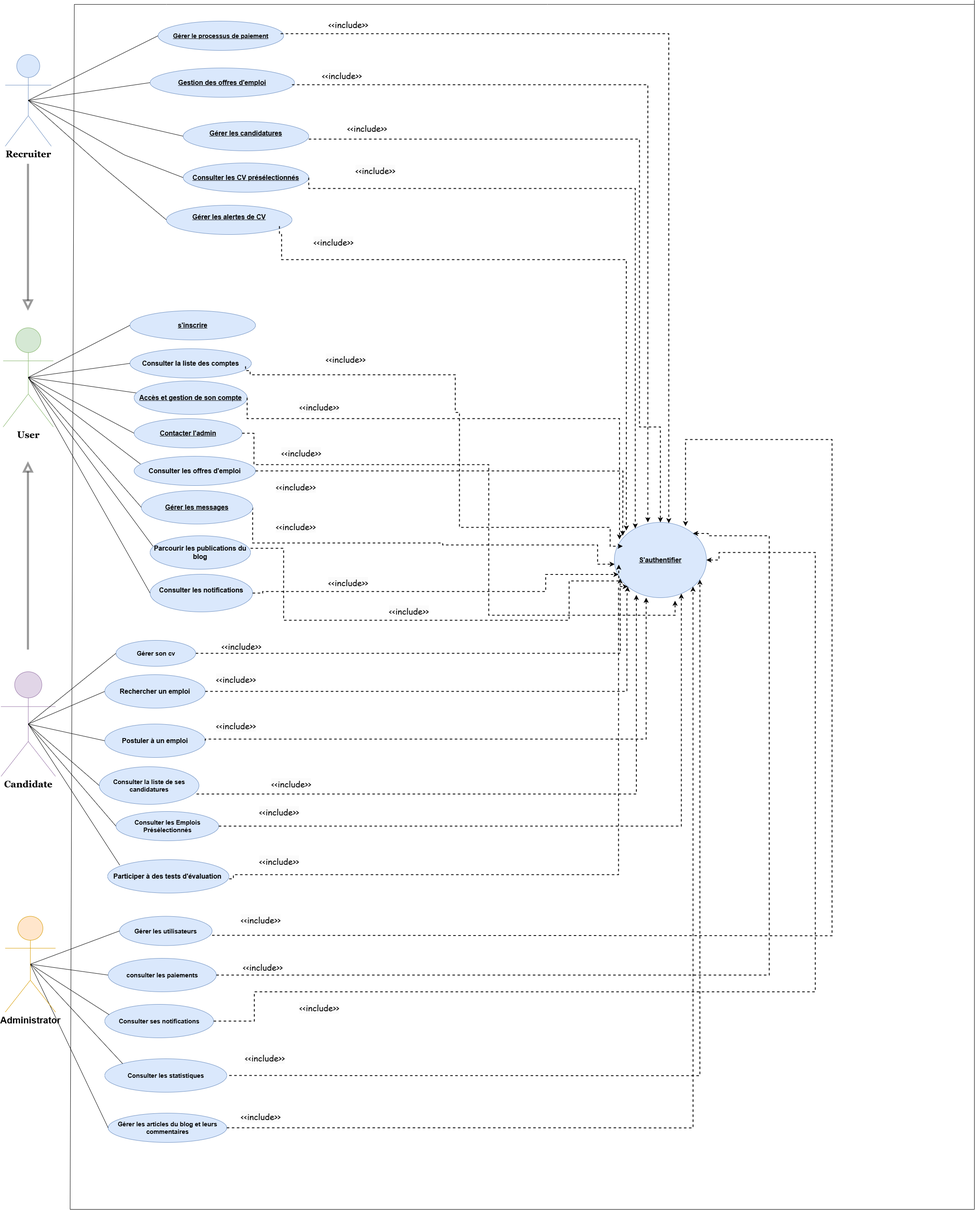
Before: Diagramme cas d'utilisation.drawio.png, a diagram exported from draw.io (chirine1/-project). Source tidied: cells renumbered, new cells last; positions are measured from the earlier drawing's top-left corner, leaving out a move shared by most shapes.
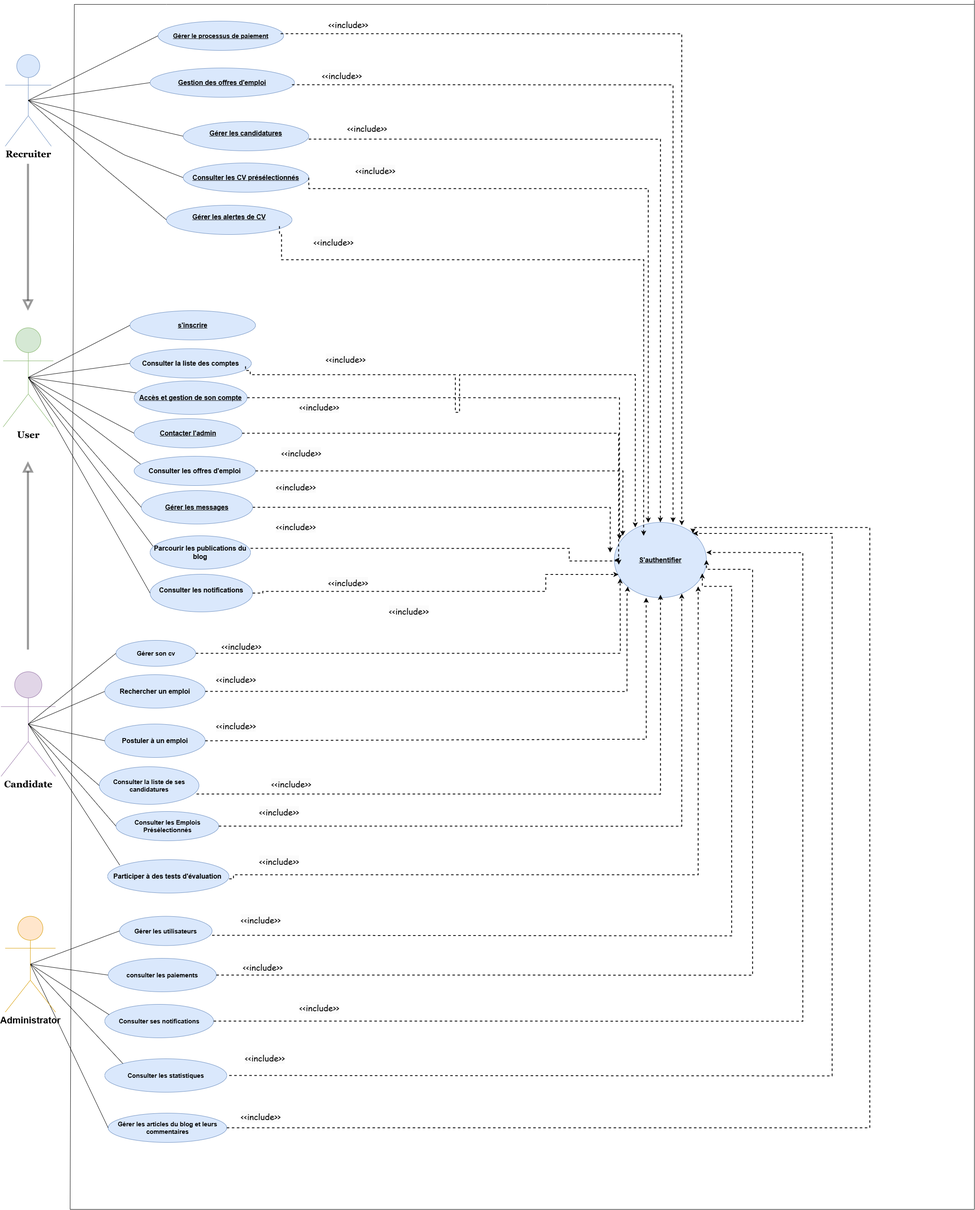
Later version of the same file.

Commit message:
Mettre à jour Diagramme cas d'utilisation.drawio.png

The edit, as a diff of the source:
```diff
@@ -27,13 +27,11 @@
     <mxCell id="6" value="&lt;b style=&quot;font-size: 16px; text-decoration-line: underline;&quot;&gt;Contacter l'admin&lt;/b&gt;" style="ellipse;whiteSpace=wrap;html=1;fillColor=#dae8fc;strokeColor=#6c8ebf;" parent="1" vertex="1">
       <mxGeometry x="317.9" y="1000" width="258" height="70" as="geometry" />
     </mxCell>
-    <mxCell id="7" style="edgeStyle=orthogonalEdgeStyle;rounded=0;jettySize=auto;html=1;dashed=1;exitX=1;exitY=0.5;exitDx=0;exitDy=0;strokeWidth=2;" parent="1" edge="1" source="8" target="17">
+    <mxCell id="7" style="edgeStyle=orthogonalEdgeStyle;rounded=0;jettySize=auto;html=1;dashed=1;exitX=1;exitY=0.5;exitDx=0;exitDy=0;strokeWidth=2;" parent="1" edge="1" source="8">
       <mxGeometry relative="1" as="geometry">
+        <mxPoint x="1455" y="1320" as="targetPoint" />
         <Array as="points">
-          <mxPoint x="1055" y="1297" />
-          <mxPoint x="1055" y="1302" />
-          <mxPoint x="1425" y="1302" />
-          <mxPoint x="1425" y="1348" />
+          <mxPoint x="1455" y="1212" />
         </Array>
       </mxGeometry>
     </mxCell>
@@ -89,7 +87,7 @@
     <mxCell id="20" style="edgeStyle=orthogonalEdgeStyle;rounded=0;jettySize=auto;html=1;exitX=1;exitY=0.5;exitDx=0;exitDy=0;dashed=1;entryX=0.732;entryY=0.946;entryDx=0;entryDy=0;entryPerimeter=0;strokeWidth=2;" parent="1" edge="1" source="15" target="17">
       <mxGeometry relative="1" as="geometry">
         <Array as="points">
-          <mxPoint x="1625" y="1974" />
+          <mxPoint x="1626" y="1974" />
         </Array>
       </mxGeometry>
     </mxCell>
@@ -144,8 +142,14 @@
     <mxCell id="36" value="&lt;div&gt;&lt;span style=&quot;font-size: 16px;&quot;&gt;&lt;b&gt;Consulter les notifications&lt;/b&gt;&lt;/span&gt;&lt;/div&gt;&lt;div&gt;&lt;br&gt;&lt;/div&gt;" style="ellipse;whiteSpace=wrap;html=1;fillColor=#dae8fc;strokeColor=#6c8ebf;" parent="1" vertex="1">
       <mxGeometry x="356" y="1372" width="245" height="90" as="geometry" />
     </mxCell>
-    <mxCell id="37" style="edgeStyle=orthogonalEdgeStyle;rounded=0;jettySize=auto;html=1;exitX=0.976;exitY=0.724;exitDx=0;exitDy=0;entryX=0.239;entryY=0.963;entryDx=0;entryDy=0;entryPerimeter=0;dashed=1;exitPerimeter=0;strokeWidth=2;" parent="1" edge="1" source="9" target="17">
-      <mxGeometry relative="1" as="geometry" />
+    <mxCell id="37" style="edgeStyle=orthogonalEdgeStyle;rounded=0;jettySize=auto;html=1;exitX=0.976;exitY=0.724;exitDx=0;exitDy=0;dashed=1;exitPerimeter=0;strokeWidth=2;" parent="1" edge="1" source="9">
+      <mxGeometry relative="1" as="geometry">
+        <mxPoint x="1575" y="1421" as="targetPoint" />
+        <Array as="points">
+          <mxPoint x="1575" y="1897" />
+          <mxPoint x="1575" y="1421" />
+        </Array>
+      </mxGeometry>
     </mxCell>
     <mxCell id="38" value="&lt;span style=&quot;font-size: 16px;&quot;&gt;&lt;b&gt;Consulter les offres d'emploi&lt;/b&gt;&lt;/span&gt;" style="ellipse;whiteSpace=wrap;html=1;fillColor=#dae8fc;strokeColor=#6c8ebf;" parent="1" vertex="1">
       <mxGeometry x="317.9" y="1090" width="290" height="70" as="geometry" />
@@ -254,9 +258,13 @@
         <mxPoint x="64.2" y="1102" as="targetPoint" />
       </mxGeometry>
     </mxCell>
-    <mxCell id="66" style="edgeStyle=orthogonalEdgeStyle;rounded=0;jettySize=auto;html=1;dashed=1;entryX=0.929;entryY=0.761;entryDx=0;entryDy=0;entryPerimeter=0;strokeWidth=2;" parent="1" edge="1" target="17">
+    <mxCell id="66" style="edgeStyle=orthogonalEdgeStyle;rounded=0;jettySize=auto;html=1;dashed=1;strokeWidth=2;entryX=1;entryY=0;entryDx=0;entryDy=0;" parent="1" edge="1" target="17">
       <mxGeometry relative="1" as="geometry">
         <mxPoint x="545" y="2570" as="sourcePoint" />
+        <Array as="points">
+          <mxPoint x="1985" y="2571" />
+          <mxPoint x="1985" y="1274" />
+        </Array>
       </mxGeometry>
     </mxCell>
     <mxCell id="67" value="&#10;&lt;span style=&quot;color: rgb(0, 0, 0); font-family: &amp;quot;Comic Sans MS&amp;quot;; font-size: 20px; font-style: normal; font-variant-ligatures: normal; font-variant-caps: normal; font-weight: 400; letter-spacing: normal; orphans: 2; text-align: center; text-indent: 0px; text-transform: none; widows: 2; word-spacing: 0px; -webkit-text-stroke-width: 0px; background-color: rgb(251, 251, 251); text-decoration-thickness: initial; text-decoration-style: initial; text-decoration-color: initial; float: none; display: inline !important;&quot;&gt;&amp;lt;&amp;lt;include&amp;gt;&amp;gt;&lt;/span&gt;&#10;&#10;" style="text;whiteSpace=wrap;html=1;" parent="1" vertex="1">
@@ -293,14 +301,15 @@
     <mxCell id="76" style="endArrow=none;html=1;rounded=0;entryX=0;entryY=0.5;entryDx=0;entryDy=0;exitX=0.5;exitY=0.5;exitDx=0;exitDy=0;exitPerimeter=0;" parent="1" edge="1" source="23" target="9">
       <mxGeometry relative="1" as="geometry" />
     </mxCell>
-    <mxCell id="77" style="edgeStyle=orthogonalEdgeStyle;rounded=0;jettySize=auto;html=1;dashed=1;entryX=0;entryY=1;entryDx=0;entryDy=0;strokeWidth=2;" parent="1" edge="1" target="17">
+    <mxCell id="77" style="edgeStyle=orthogonalEdgeStyle;rounded=0;orthogonalLoop=1;jettySize=auto;html=1;dashed=1;strokeWidth=2;" parent="1" edge="1">
       <mxGeometry relative="1" as="geometry">
         <mxPoint x="545" y="2100" as="sourcePoint" />
+        <mxPoint x="1665" y="1402" as="targetPoint" />
         <Array as="points">
           <mxPoint x="555" y="2100" />
           <mxPoint x="555" y="2090" />
-          <mxPoint x="1475" y="2090" />
-          <mxPoint x="1475" y="1402" />
+          <mxPoint x="1665" y="2090" />
+          <mxPoint x="1665" y="1401" />
         </Array>
       </mxGeometry>
     </mxCell>
@@ -309,10 +318,9 @@
         <mxPoint x="596" y="1310" as="sourcePoint" />
         <mxPoint x="1475.6" y="1349" as="targetPoint" />
         <Array as="points">
-          <mxPoint x="675" y="1482" />
-          <mxPoint x="1357" y="1482" />
-          <mxPoint x="1357" y="1388" />
-          <mxPoint x="1476" y="1388" />
+          <mxPoint x="1357" y="1310" />
+          <mxPoint x="1357" y="1340" />
+          <mxPoint x="1476" y="1340" />
         </Array>
       </mxGeometry>
     </mxCell>
@@ -337,8 +345,14 @@
     <mxCell id="85" value="&#10;&lt;span style=&quot;color: rgb(0, 0, 0); font-family: &amp;quot;Comic Sans MS&amp;quot;; font-size: 20px; font-style: normal; font-variant-ligatures: normal; font-variant-caps: normal; font-weight: 400; letter-spacing: normal; orphans: 2; text-align: center; text-indent: 0px; text-transform: none; widows: 2; word-spacing: 0px; -webkit-text-stroke-width: 0px; background-color: rgb(251, 251, 251); text-decoration-thickness: initial; text-decoration-style: initial; text-decoration-color: initial; float: none; display: inline !important;&quot;&gt;&amp;lt;&amp;lt;include&amp;gt;&amp;gt;&lt;/span&gt;&#10;&#10;" style="text;whiteSpace=wrap;html=1;" parent="1" vertex="1">
       <mxGeometry x="668" y="1050" width="130" height="50" as="geometry" />
     </mxCell>
-    <mxCell id="86" style="edgeStyle=orthogonalEdgeStyle;rounded=0;jettySize=auto;html=1;entryX=1;entryY=1;entryDx=0;entryDy=0;dashed=1;exitX=1;exitY=0.5;exitDx=0;exitDy=0;strokeWidth=2;" parent="1" edge="1" source="83" target="17">
-      <mxGeometry relative="1" as="geometry" />
+    <mxCell id="86" style="edgeStyle=orthogonalEdgeStyle;rounded=0;jettySize=auto;html=1;entryX=1;entryY=0;entryDx=0;entryDy=0;dashed=1;exitX=1;exitY=0.5;exitDx=0;exitDy=0;strokeWidth=2;" parent="1" edge="1" source="83" target="17">
+      <mxGeometry relative="1" as="geometry">
+        <Array as="points">
+          <mxPoint x="2075" y="2695" />
+          <mxPoint x="2075" y="1260" />
+          <mxPoint x="1653" y="1260" />
+        </Array>
+      </mxGeometry>
     </mxCell>
     <mxCell id="87" value="&lt;span style=&quot;font-size: 15px;&quot;&gt;&lt;b&gt;Consulter ses notifications&lt;/b&gt;&lt;/span&gt;" style="ellipse;whiteSpace=wrap;html=1;align=center;fillColor=#dae8fc;strokeColor=#6c8ebf;" parent="1" vertex="1">
       <mxGeometry x="247.8" y="2400" width="260" height="80" as="geometry" />
@@ -363,20 +377,21 @@
         <mxPoint x="75" y="912" as="sourcePoint" />
       </mxGeometry>
     </mxCell>
-    <mxCell id="94" style="edgeStyle=orthogonalEdgeStyle;rounded=0;jettySize=auto;html=1;dashed=1;entryX=0.591;entryY=0.011;entryDx=0;entryDy=0;entryPerimeter=0;exitX=0.633;exitY=1;exitDx=0;exitDy=0;exitPerimeter=0;strokeWidth=2;" parent="1" edge="1" target="17">
+    <mxCell id="94" style="edgeStyle=orthogonalEdgeStyle;rounded=0;jettySize=auto;html=1;dashed=1;entryX=0.732;entryY=0.039;entryDx=0;entryDy=0;entryPerimeter=0;exitX=0.633;exitY=1;exitDx=0;exitDy=0;exitPerimeter=0;strokeWidth=2;" parent="1" edge="1" target="17">
       <mxGeometry relative="1" as="geometry">
         <mxPoint x="668" y="80" as="sourcePoint" />
         <Array as="points">
-          <mxPoint x="1595" y="80" />
+          <mxPoint x="1626" y="80" />
         </Array>
       </mxGeometry>
     </mxCell>
     <mxCell id="95" style="edgeStyle=orthogonalEdgeStyle;rounded=0;orthogonalLoop=1;jettySize=auto;html=1;dashed=1;strokeWidth=2;" parent="1" edge="1">
       <mxGeometry relative="1" as="geometry">
         <mxPoint x="695" y="202" as="sourcePoint" />
-        <mxPoint x="1545" y="1248" as="targetPoint" />
+        <mxPoint x="1605" y="1248" as="targetPoint" />
         <Array as="points">
-          <mxPoint x="1545" y="202" />
+          <mxPoint x="1605" y="202" />
+          <mxPoint x="1605" y="1248" />
         </Array>
       </mxGeometry>
     </mxCell>
@@ -384,36 +399,33 @@
       <mxGeometry relative="1" as="geometry">
         <mxPoint x="735" y="332" as="sourcePoint" />
         <Array as="points">
-          <mxPoint x="1525" y="332" />
-          <mxPoint x="1525" y="1020" />
-          <mxPoint x="1575" y="1020" />
+          <mxPoint x="1575" y="332" />
         </Array>
       </mxGeometry>
     </mxCell>
-    <mxCell id="97" style="edgeStyle=orthogonalEdgeStyle;rounded=0;jettySize=auto;html=1;dashed=1;exitX=1;exitY=0.5;exitDx=0;exitDy=0;strokeWidth=2;" parent="1" edge="1" source="34" target="17">
+    <mxCell id="97" style="edgeStyle=orthogonalEdgeStyle;rounded=0;jettySize=auto;html=1;dashed=1;exitX=1;exitY=0.5;exitDx=0;exitDy=0;strokeWidth=2;entryX=0.368;entryY=0.003;entryDx=0;entryDy=0;entryPerimeter=0;" parent="1" edge="1" source="34" target="17">
       <mxGeometry relative="1" as="geometry">
         <Array as="points">
           <mxPoint x="735" y="450" />
-          <mxPoint x="1515" y="450" />
+          <mxPoint x="1546" y="450" />
         </Array>
       </mxGeometry>
     </mxCell>
-    <mxCell id="98" style="edgeStyle=orthogonalEdgeStyle;rounded=0;orthogonalLoop=1;jettySize=auto;html=1;dashed=1;entryX=0.244;entryY=0.05;entryDx=0;entryDy=0;entryPerimeter=0;strokeWidth=2;" parent="1" edge="1">
+    <mxCell id="98" style="edgeStyle=orthogonalEdgeStyle;rounded=0;jettySize=auto;html=1;dashed=1;entryX=0.318;entryY=0.178;entryDx=0;entryDy=0;entryPerimeter=0;strokeWidth=2;" parent="1" edge="1" target="17">
       <mxGeometry relative="1" as="geometry">
         <mxPoint x="665" y="540" as="sourcePoint" />
-        <mxPoint x="1493.7" y="1267.5" as="targetPoint" />
         <Array as="points">
           <mxPoint x="665" y="560" />
           <mxPoint x="670" y="560" />
           <mxPoint x="670" y="620" />
-          <mxPoint x="1494" y="620" />
+          <mxPoint x="1535" y="620" />
         </Array>
       </mxGeometry>
     </mxCell>
     <mxCell id="99" style="edgeStyle=orthogonalEdgeStyle;rounded=0;orthogonalLoop=1;jettySize=auto;html=1;dashed=1;strokeWidth=2;" parent="1" edge="1">
       <mxGeometry relative="1" as="geometry">
         <mxPoint x="584" y="874.9" as="sourcePoint" />
-        <mxPoint x="1485" y="1305" as="targetPoint" />
+        <mxPoint x="1515" y="1260" as="targetPoint" />
         <Array as="points">
           <mxPoint x="584" y="885" />
           <mxPoint x="595" y="885" />
@@ -421,28 +433,23 @@
           <mxPoint x="1085" y="895" />
           <mxPoint x="1085" y="985" />
           <mxPoint x="1095" y="985" />
-          <mxPoint x="1095" y="1260" />
-          <mxPoint x="1455" y="1260" />
-          <mxPoint x="1455" y="1305" />
+          <mxPoint x="1095" y="895" />
+          <mxPoint x="1515" y="895" />
         </Array>
       </mxGeometry>
     </mxCell>
     <mxCell id="100" style="edgeStyle=orthogonalEdgeStyle;rounded=0;jettySize=auto;html=1;dashed=1;entryX=0.056;entryY=0.227;entryDx=0;entryDy=0;exitX=1;exitY=0.5;exitDx=0;exitDy=0;strokeWidth=2;entryPerimeter=0;" parent="1" edge="1" source="81" target="17">
       <mxGeometry relative="1" as="geometry">
         <Array as="points">
-          <mxPoint x="588" y="1000" />
-          <mxPoint x="1477" y="1000" />
+          <mxPoint x="1477" y="950" />
         </Array>
       </mxGeometry>
     </mxCell>
-    <mxCell id="101" style="edgeStyle=orthogonalEdgeStyle;rounded=0;jettySize=auto;html=1;dashed=1;exitX=1;exitY=0.5;exitDx=0;exitDy=0;entryX=0.659;entryY=1.04;entryDx=0;entryDy=0;entryPerimeter=0;strokeWidth=2;" parent="1" edge="1" source="6" target="17">
+    <mxCell id="101" style="edgeStyle=orthogonalEdgeStyle;rounded=0;jettySize=auto;html=1;dashed=1;exitX=1;exitY=0.5;exitDx=0;exitDy=0;entryX=0;entryY=0.5;entryDx=0;entryDy=0;strokeWidth=2;" parent="1" edge="1" source="6" target="17">
       <mxGeometry relative="1" as="geometry">
         <Array as="points">
-          <mxPoint x="604" y="1035" />
-          <mxPoint x="604" y="1110" />
-          <mxPoint x="1165" y="1110" />
-          <mxPoint x="1165" y="1470" />
-          <mxPoint x="1610" y="1470" />
+          <mxPoint x="1475" y="1035" />
+          <mxPoint x="1475" y="1338" />
         </Array>
       </mxGeometry>
     </mxCell>
@@ -457,35 +464,31 @@
     <mxCell id="104" value="&lt;span style=&quot;color: rgb(0, 0, 0); font-family: &amp;quot;Comic Sans MS&amp;quot;; font-size: 20px; font-style: normal; font-variant-ligatures: normal; font-variant-caps: normal; font-weight: 400; letter-spacing: normal; orphans: 2; text-align: center; text-indent: 0px; text-transform: none; widows: 2; word-spacing: 0px; -webkit-text-stroke-width: 0px; background-color: rgb(251, 251, 251); text-decoration-thickness: initial; text-decoration-style: initial; text-decoration-color: initial; float: none; display: inline !important;&quot;&gt;&amp;lt;&amp;lt;include&amp;gt;&amp;gt;&lt;/span&gt;" style="text;whiteSpace=wrap;html=1;" parent="1" vertex="1">
       <mxGeometry x="711" y="2390" width="130" height="50" as="geometry" />
     </mxCell>
-    <mxCell id="105" style="edgeStyle=orthogonalEdgeStyle;rounded=0;jettySize=auto;html=1;dashed=1;entryX=1;entryY=0.5;entryDx=0;entryDy=0;exitX=1;exitY=0.5;exitDx=0;exitDy=0;strokeWidth=2;" parent="1" edge="1" source="87" target="17">
+    <mxCell id="105" style="edgeStyle=orthogonalEdgeStyle;rounded=0;jettySize=auto;html=1;dashed=1;exitX=1;exitY=0.5;exitDx=0;exitDy=0;strokeWidth=2;" parent="1" edge="1" source="87">
       <mxGeometry relative="1" as="geometry">
+        <mxPoint x="1685" y="1320" as="targetPoint" />
         <Array as="points">
-          <mxPoint x="605" y="2440" />
-          <mxPoint x="605" y="2370" />
-          <mxPoint x="1945" y="2370" />
-          <mxPoint x="1945" y="1320" />
-          <mxPoint x="1715" y="1320" />
-          <mxPoint x="1715" y="1338" />
+          <mxPoint x="1915" y="2440" />
+          <mxPoint x="1915" y="1320" />
         </Array>
       </mxGeometry>
     </mxCell>
-    <mxCell id="106" style="edgeStyle=orthogonalEdgeStyle;rounded=0;jettySize=auto;html=1;dashed=1;entryX=1;entryY=0;entryDx=0;entryDy=0;exitX=1;exitY=0.5;exitDx=0;exitDy=0;strokeWidth=2;" parent="1" edge="1" source="68" target="17">
+    <mxCell id="106" style="edgeStyle=orthogonalEdgeStyle;rounded=0;jettySize=auto;html=1;dashed=1;exitX=1;exitY=0.5;exitDx=0;exitDy=0;strokeWidth=2;entryX=1;entryY=0.5;entryDx=0;entryDy=0;" parent="1" edge="1" source="68" target="17">
       <mxGeometry relative="1" as="geometry">
         <Array as="points">
-          <mxPoint x="1835" y="2330" />
-          <mxPoint x="1835" y="1280" />
-          <mxPoint x="1689" y="1280" />
-          <mxPoint x="1689" y="1274" />
+          <mxPoint x="1795" y="2330" />
+          <mxPoint x="1795" y="1360" />
+          <mxPoint x="1685" y="1360" />
         </Array>
       </mxGeometry>
     </mxCell>
-    <mxCell id="107" style="edgeStyle=orthogonalEdgeStyle;rounded=0;jettySize=auto;html=1;dashed=1;entryX=0.773;entryY=0.05;entryDx=0;entryDy=0;entryPerimeter=0;strokeWidth=2;" parent="1" edge="1" target="17">
+    <mxCell id="107" style="edgeStyle=orthogonalEdgeStyle;rounded=0;orthogonalLoop=1;jettySize=auto;html=1;dashed=1;strokeWidth=2;" parent="1" edge="1">
       <mxGeometry relative="1" as="geometry">
         <mxPoint x="504.1" y="2235" as="sourcePoint" />
+        <mxPoint x="1675" y="1370" as="targetPoint" />
         <Array as="points">
-          <mxPoint x="1985" y="2236" />
-          <mxPoint x="1985" y="1050" />
-          <mxPoint x="1635" y="1050" />
+          <mxPoint x="1745" y="2236" />
+          <mxPoint x="1745" y="1401" />
         </Array>
       </mxGeometry>
     </mxCell>
```
